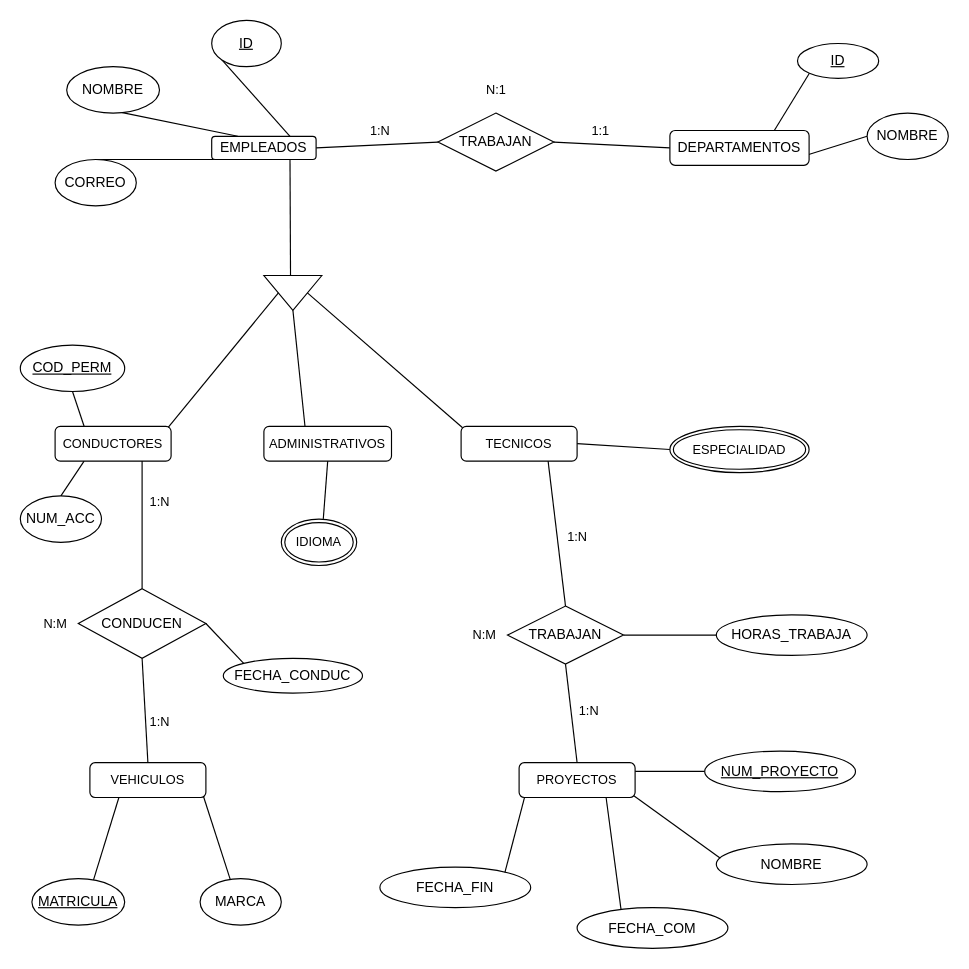
Above: page "diagram-3" (3 of 5) of bases-datos/diagrams.drawio in igardiet/dam (draw.io), before the change. Source tidied: cells renumbered, new cells numbered last; positions are measured from the earlier drawing's top-left corner, leaving out a move shared by most shapes. Both pictures are drawn from the tidied source at 116%, with x=0, y=0 at pixel (20, 20).
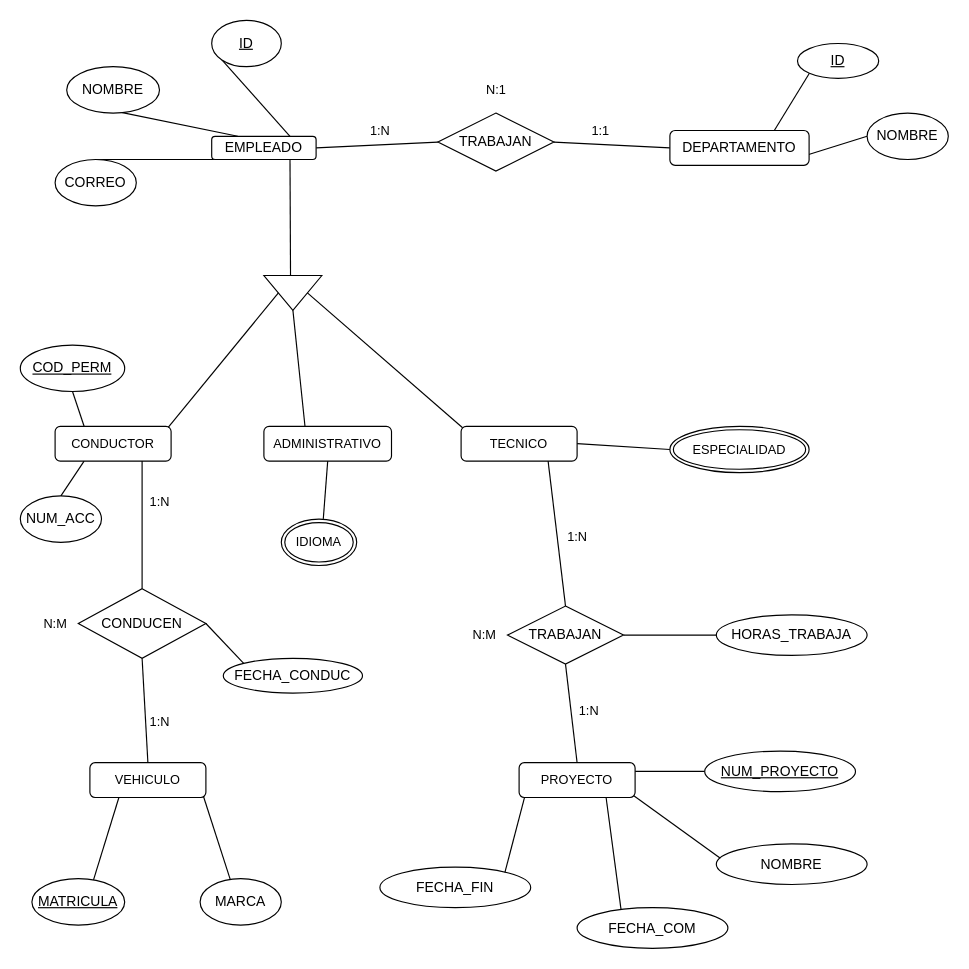
Above is the later version.

Change to the diagram source:
```diff
@@
-    <mxCell id="6" value="EMPLEADOS" style="rounded=1;whiteSpace=wrap;html=1;" parent="1" vertex="1">
+    <mxCell id="6" value="EMPLEADO" style="rounded=1;whiteSpace=wrap;html=1;" parent="1" vertex="1">
       <mxGeometry x="165" y="100" width="90" height="20" as="geometry" />
     </mxCell>
@@
-    <mxCell id="10" value="DEPARTAMENTOS" style="rounded=1;whiteSpace=wrap;html=1;" parent="1" vertex="1">
+    <mxCell id="10" value="DEPARTAMENTO" style="rounded=1;whiteSpace=wrap;html=1;" parent="1" vertex="1">
       <mxGeometry x="560" y="95" width="120" height="30" as="geometry" />
     </mxCell>
@@
-    <mxCell id="27" value="CONDUCTORES" style="rounded=1;whiteSpace=wrap;html=1;fontFamily=Helvetica;fontSize=11;fontColor=default;" parent="1" vertex="1">
+    <mxCell id="27" value="CONDUCTOR" style="rounded=1;whiteSpace=wrap;html=1;fontFamily=Helvetica;fontSize=11;fontColor=default;" parent="1" vertex="1">
       <mxGeometry x="30" y="350" width="100" height="30" as="geometry" />
     </mxCell>
-    <mxCell id="28" value="ADMINISTRATIVOS" style="rounded=1;whiteSpace=wrap;html=1;fontFamily=Helvetica;fontSize=11;fontColor=default;" parent="1" vertex="1">
+    <mxCell id="28" value="ADMINISTRATIVO" style="rounded=1;whiteSpace=wrap;html=1;fontFamily=Helvetica;fontSize=11;fontColor=default;" parent="1" vertex="1">
       <mxGeometry x="210" y="350" width="110" height="30" as="geometry" />
     </mxCell>
@@
-    <mxCell id="31" value="TECNICOS" style="rounded=1;whiteSpace=wrap;html=1;fontFamily=Helvetica;fontSize=11;fontColor=default;" parent="1" vertex="1">
+    <mxCell id="31" value="TECNICO" style="rounded=1;whiteSpace=wrap;html=1;fontFamily=Helvetica;fontSize=11;fontColor=default;" parent="1" vertex="1">
       <mxGeometry x="380" y="350" width="100" height="30" as="geometry" />
     </mxCell>
@@
-    <mxCell id="39" value="VEHICULOS" style="rounded=1;whiteSpace=wrap;html=1;fontFamily=Helvetica;fontSize=11;fontColor=default;" parent="1" vertex="1">
+    <mxCell id="39" value="VEHICULO" style="rounded=1;whiteSpace=wrap;html=1;fontFamily=Helvetica;fontSize=11;fontColor=default;" parent="1" vertex="1">
       <mxGeometry x="60" y="640" width="100" height="30" as="geometry" />
     </mxCell>
@@
-    <mxCell id="57" value="PROYECTOS" style="rounded=1;whiteSpace=wrap;html=1;fontFamily=Helvetica;fontSize=11;fontColor=default;" parent="1" vertex="1">
+    <mxCell id="57" value="PROYECTO" style="rounded=1;whiteSpace=wrap;html=1;fontFamily=Helvetica;fontSize=11;fontColor=default;" parent="1" vertex="1">
       <mxGeometry x="430" y="640" width="100" height="30" as="geometry" />
     </mxCell>
```
